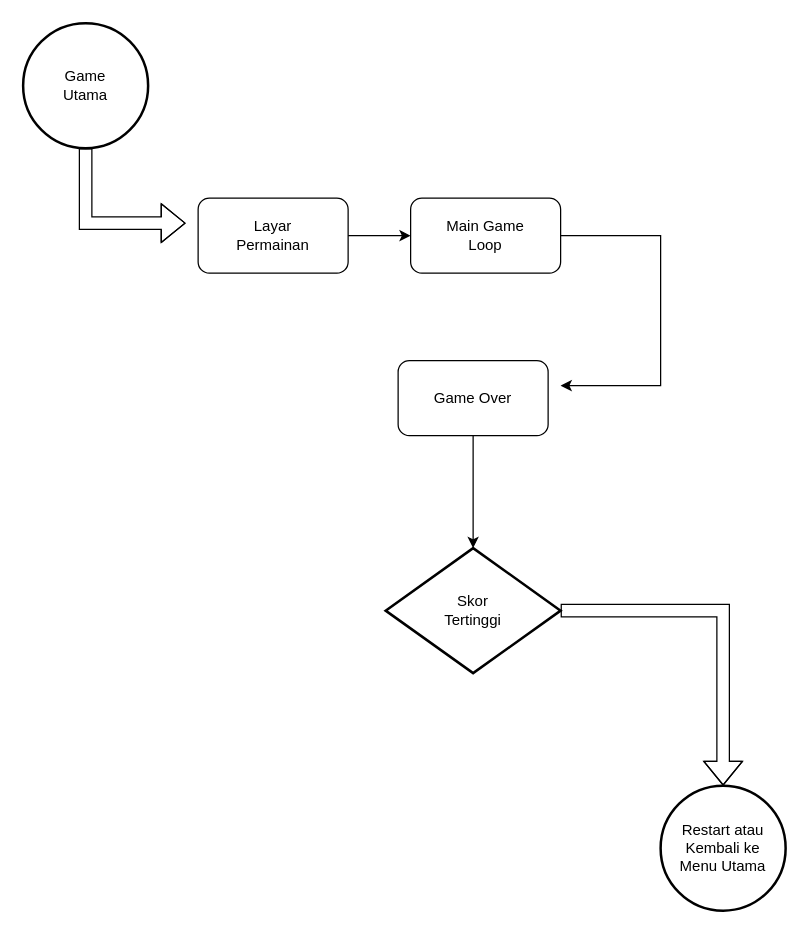
This is Untitled Diagram.drawio from yulisit1/game-minion, a draw.io file, before an edit. Source tidied: cells renumbered, new cells numbered last; positions are measured from the earlier drawing's top-left corner, leaving out a move shared by most shapes. Both pictures are drawn from the tidied source at 125%, with x=0, y=0 at pixel (22, 22).
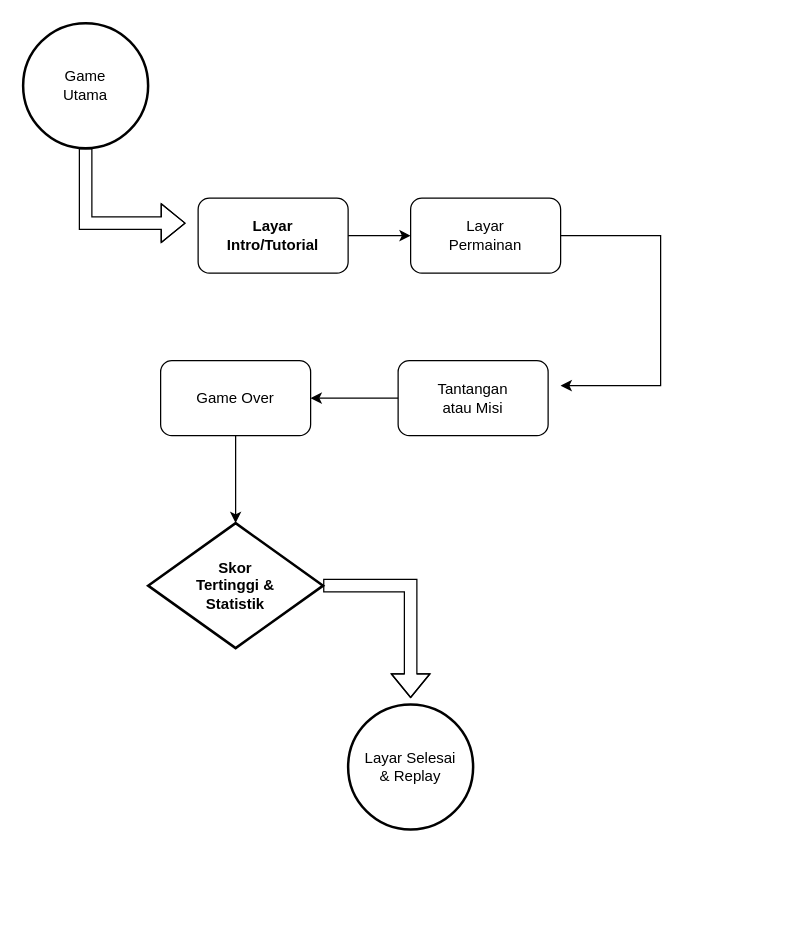
The same page after the edit.

The change refers to these unchanged cells:
```xml
<mxCell id="8" style="rounded=1;whiteSpace=wrap;html=1;" parent="1" vertex="1">
  <mxGeometry x="300" y="270" width="120" height="60" as="geometry" />
</mxCell>
```

The edit, as a diff of the source:
```diff
@@
-    <mxCell id="9" style="endArrow=classic;html=1;rounded=0;exitX=0.5;exitY=1;exitDx=0;exitDy=0;" parent="1" edge="1" source="8">
-      <mxGeometry relative="1" as="geometry">
-        <mxPoint x="360" y="420" as="targetPoint" />
-      </mxGeometry>
-    </mxCell>
     <mxCell id="10" style="strokeWidth=2;html=1;shape=mxgraph.flowchart.decision;whiteSpace=wrap;" parent="1" vertex="1">
-      <mxGeometry x="290" y="420" width="140" height="100" as="geometry" />
+      <mxGeometry x="100" y="400" width="140" height="100" as="geometry" />
     </mxCell>
-    <mxCell id="11" style="shape=flexArrow;endArrow=classic;html=1;rounded=0;exitX=1;exitY=0.5;exitDx=0;exitDy=0;exitPerimeter=0;" parent="1" edge="1" source="10">
-      <mxGeometry relative="1" as="geometry">
-        <mxPoint x="560" y="610" as="targetPoint" />
-        <Array as="points">
-          <mxPoint x="560" y="470" />
-        </Array>
-      </mxGeometry>
-    </mxCell>
     <mxCell id="12" style="strokeWidth=2;html=1;shape=mxgraph.flowchart.start_2;whiteSpace=wrap;" parent="1" vertex="1">
-      <mxGeometry x="510" y="610" width="100" height="100" as="geometry" />
+      <mxGeometry x="260" y="545" width="100" height="100" as="geometry" />
     </mxCell>
@@
-    <mxCell id="14" value="Layar Permainan" style="text;html=1;align=center;verticalAlign=middle;whiteSpace=wrap;rounded=0;" parent="1" vertex="1">
+    <mxCell id="14" value="&lt;strong&gt;Layar Intro/Tutorial&lt;/strong&gt;" style="text;html=1;align=center;verticalAlign=middle;whiteSpace=wrap;rounded=0;" parent="1" vertex="1">
       <mxGeometry x="170" y="155" width="60" height="30" as="geometry" />
     </mxCell>
-    <mxCell id="15" value="Main Game Loop" style="text;html=1;align=center;verticalAlign=middle;whiteSpace=wrap;rounded=0;" parent="1" vertex="1">
+    <mxCell id="15" value="Layar Permainan" style="text;html=1;align=center;verticalAlign=middle;whiteSpace=wrap;rounded=0;" parent="1" vertex="1">
       <mxGeometry x="330" y="155" width="80" height="30" as="geometry" />
     </mxCell>
-    <mxCell id="16" value="Game Over" style="text;html=1;align=center;verticalAlign=middle;whiteSpace=wrap;rounded=0;" parent="1" vertex="1">
+    <mxCell id="16" value="Tantangan atau Misi" style="text;html=1;align=center;verticalAlign=middle;whiteSpace=wrap;rounded=0;" parent="1" vertex="1">
       <mxGeometry x="325" y="285" width="70" height="30" as="geometry" />
     </mxCell>
-    <mxCell id="17" value="Skor Tertinggi" style="text;html=1;align=center;verticalAlign=middle;whiteSpace=wrap;rounded=0;" parent="1" vertex="1">
-      <mxGeometry x="330" y="455" width="60" height="30" as="geometry" />
+    <mxCell id="17" value="&lt;strong&gt;Skor Tertinggi &amp;amp; Statistik&lt;/strong&gt;" style="text;html=1;align=center;verticalAlign=middle;whiteSpace=wrap;rounded=0;" parent="1" vertex="1">
+      <mxGeometry x="135" y="435" width="70" height="30" as="geometry" />
     </mxCell>
-    <mxCell id="18" value="Restart atau Kembali ke Menu Utama" style="text;html=1;align=center;verticalAlign=middle;whiteSpace=wrap;rounded=0;" parent="1" vertex="1">
-      <mxGeometry x="520" y="645" width="80" height="30" as="geometry" />
+    <mxCell id="18" value="Layar Selesai &amp;amp; Replay" style="text;html=1;align=center;verticalAlign=middle;whiteSpace=wrap;rounded=0;" parent="1" vertex="1">
+      <mxGeometry x="270" y="580" width="80" height="30" as="geometry" />
     </mxCell>
+    <mxCell id="19" style="endArrow=classic;html=1;rounded=0;exitX=0;exitY=0.5;exitDx=0;exitDy=0;" parent="1" edge="1" source="8">
+      <mxGeometry relative="1" as="geometry">
+        <mxPoint x="230" y="300" as="targetPoint" />
+      </mxGeometry>
+    </mxCell>
+    <mxCell id="20" style="rounded=1;whiteSpace=wrap;html=1;" parent="1" vertex="1">
+      <mxGeometry x="110" y="270" width="120" height="60" as="geometry" />
+    </mxCell>
+    <mxCell id="21" value="Game Over" style="text;html=1;align=center;verticalAlign=middle;whiteSpace=wrap;rounded=0;" parent="1" vertex="1">
+      <mxGeometry x="135" y="285" width="70" height="30" as="geometry" />
+    </mxCell>
+    <mxCell id="22" style="endArrow=classic;html=1;rounded=0;exitX=0.5;exitY=1;exitDx=0;exitDy=0;" parent="1" edge="1" source="20">
+      <mxGeometry relative="1" as="geometry">
+        <mxPoint x="170" y="400" as="targetPoint" />
+      </mxGeometry>
+    </mxCell>
+    <mxCell id="23" style="shape=flexArrow;endArrow=classic;html=1;rounded=0;" parent="1" edge="1">
+      <mxGeometry relative="1" as="geometry">
+        <mxPoint x="240" y="450" as="sourcePoint" />
+        <mxPoint x="310" y="540" as="targetPoint" />
+        <Array as="points">
+          <mxPoint x="310" y="450" />
+        </Array>
+      </mxGeometry>
+    </mxCell>
```
